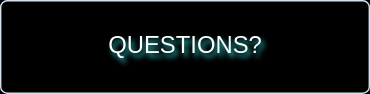
Earlier version of the draw.io export public/images/spring-batch-questions.drawio.svg (gsaukov/spring-batch-demo). Source tidied: cells renumbered, new cells last; positions are measured from the earlier drawing's top-left corner, leaving out a move shared by most shapes.
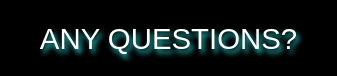
The same diagram one commit later.

Commit message:
thank-you illustration

The edit, as a diff of the source:
```diff
@@ -2,11 +2,8 @@
   <root>
     <mxCell id="0" />
     <mxCell id="1" parent="0" />
-    <mxCell id="2" style="rounded=1;whiteSpace=wrap;html=1;shadow=0;arcSize=7;fillColor=none;glass=0;perimeterSpacing=0;labelBorderColor=none;shadowOffsetX=2;shadowOpacity=80;shadowColor=#33FFFF;strokeColor=#D4E1F5;strokeWidth=1;shadowBlur=1;shadowOffsetY=2;" parent="1" vertex="1">
-      <mxGeometry width="263" height="66" as="geometry" />
-    </mxCell>
-    <mxCell id="3" value="QUESTIONS?" style="text;html=1;strokeColor=none;fillColor=none;align=center;verticalAlign=middle;whiteSpace=wrap;rounded=0;shadow=0;sketch=0;shadowColor=#33FFFF;textShadow=1;fontColor=#FFFFFF;shadowOpacity=80;fontSize=17;" parent="1" vertex="1">
-      <mxGeometry x="10.5" y="6" width="242" height="54" as="geometry" />
+    <mxCell id="3" value="ANY QUESTIONS?" style="text;html=1;strokeColor=none;fillColor=none;align=center;verticalAlign=middle;whiteSpace=wrap;rounded=0;shadow=0;sketch=0;shadowColor=#33FFFF;textShadow=1;fontColor=#FFFFFF;shadowOpacity=80;fontSize=21;" parent="1" vertex="1">
+      <mxGeometry x="10.5" y="6" width="241" height="54" as="geometry" />
     </mxCell>
   </root>
 </mxGraphModel>
```
